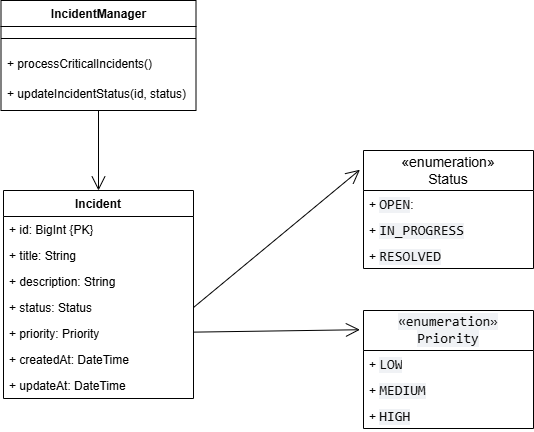
The draw.io diagram docs/Kalium.drawio.png in BrayanCalle/KaliumIncidentManager, before a commit. Source tidied: cells renumbered, new cells last; positions are measured from the earlier drawing's top-left corner, leaving out a move shared by most shapes. The source it was exported from:
```xml
<mxGraphModel>
  <root>
    <mxCell id="0" />
    <mxCell id="1" parent="0" />
    <mxCell id="2" value="Incident" style="swimlane;fontStyle=1;align=center;verticalAlign=top;horizontal=1;startSize=26;whiteSpace=wrap;html=1;" parent="1" vertex="1">
      <mxGeometry x="2" y="190" width="190" height="208" as="geometry" />
    </mxCell>
    <mxCell id="3" value="+ id: BigInt&amp;nbsp;{PK}" style="text;strokeColor=none;fillColor=none;align=left;verticalAlign=top;spacingLeft=4;spacingRight=4;overflow=hidden;whiteSpace=wrap;html=1;" parent="2" vertex="1">
      <mxGeometry y="26" width="190" height="26" as="geometry" />
    </mxCell>
    <mxCell id="4" value="+ title: String" style="text;strokeColor=none;fillColor=none;align=left;verticalAlign=top;spacingLeft=4;spacingRight=4;overflow=hidden;whiteSpace=wrap;html=1;" parent="2" vertex="1">
      <mxGeometry y="52" width="190" height="26" as="geometry" />
    </mxCell>
    <mxCell id="5" value="+ description: String" style="text;strokeColor=none;fillColor=none;align=left;verticalAlign=top;spacingLeft=4;spacingRight=4;overflow=hidden;whiteSpace=wrap;html=1;" parent="2" vertex="1">
      <mxGeometry y="78" width="190" height="26" as="geometry" />
    </mxCell>
    <mxCell id="6" value="+ status: Status" style="text;strokeColor=none;fillColor=none;align=left;verticalAlign=top;spacingLeft=4;spacingRight=4;overflow=hidden;points=[[0,0.5],[1,0.5]];portConstraint=eastwest;whiteSpace=wrap;html=1;" parent="2" vertex="1">
      <mxGeometry y="104" width="190" height="26" as="geometry" />
    </mxCell>
    <mxCell id="7" value="+ priority: Priority&lt;div&gt;&lt;br&gt;&lt;/div&gt;" style="text;strokeColor=none;fillColor=none;align=left;verticalAlign=top;spacingLeft=4;spacingRight=4;overflow=hidden;points=[[0,0.5],[1,0.5]];portConstraint=eastwest;whiteSpace=wrap;html=1;" parent="2" vertex="1">
      <mxGeometry y="130" width="190" height="26" as="geometry" />
    </mxCell>
    <mxCell id="8" value="+ createdAt: DateTime" style="text;strokeColor=none;fillColor=none;align=left;verticalAlign=top;spacingLeft=4;spacingRight=4;overflow=hidden;whiteSpace=wrap;html=1;" parent="2" vertex="1">
      <mxGeometry y="156" width="190" height="26" as="geometry" />
    </mxCell>
    <mxCell id="9" value="+ updateAt: DateTime" style="text;strokeColor=none;fillColor=none;align=left;verticalAlign=top;spacingLeft=4;spacingRight=4;overflow=hidden;whiteSpace=wrap;html=1;" parent="2" vertex="1">
      <mxGeometry y="182" width="190" height="26" as="geometry" />
    </mxCell>
    <mxCell id="10" value="&lt;font style=&quot;font-size: 14px; background-color: light-dark(#ffffff, var(--ge-dark-color, #121212));&quot;&gt;«enumeration»&lt;br&gt;Status&lt;/font&gt;" style="swimlane;fontStyle=0;horizontal=1;startSize=40;fillColor=none;whiteSpace=wrap;html=1;" parent="1" vertex="1">
      <mxGeometry x="362" y="150" width="170" height="118" as="geometry" />
    </mxCell>
    <mxCell id="11" value="+ &lt;font color=&quot;#0a0a0a&quot; face=&quot;monospace&quot;&gt;&lt;span style=&quot;font-size: 14px; background-color: rgb(240, 242, 245);&quot;&gt;OPEN&lt;/span&gt;&lt;/font&gt;:" style="text;strokeColor=none;fillColor=none;align=left;verticalAlign=top;spacingLeft=4;spacingRight=4;overflow=hidden;whiteSpace=wrap;html=1;" parent="10" vertex="1">
      <mxGeometry y="40" width="170" height="26" as="geometry" />
    </mxCell>
    <mxCell id="12" value="+&amp;nbsp;&lt;span style=&quot;color: rgb(10, 10, 10); font-family: monospace; font-size: 14px; background-color: rgb(240, 242, 245);&quot;&gt;IN_PROGRESS&lt;/span&gt;" style="text;strokeColor=none;fillColor=none;align=left;verticalAlign=top;spacingLeft=4;spacingRight=4;overflow=hidden;whiteSpace=wrap;html=1;" parent="10" vertex="1">
      <mxGeometry y="66" width="170" height="26" as="geometry" />
    </mxCell>
    <mxCell id="13" value="+&amp;nbsp;&lt;span style=&quot;color: rgb(10, 10, 10); font-family: monospace; font-size: 14px; background-color: rgb(240, 242, 245);&quot;&gt;RESOLVED&lt;/span&gt;" style="text;strokeColor=none;fillColor=none;align=left;verticalAlign=top;spacingLeft=4;spacingRight=4;overflow=hidden;whiteSpace=wrap;html=1;" parent="10" vertex="1">
      <mxGeometry y="92" width="170" height="26" as="geometry" />
    </mxCell>
    <mxCell id="14" value="&lt;span style=&quot;color: rgb(10, 10, 10); font-family: monospace; font-size: 14px; text-align: start; background-color: rgb(240, 242, 245);&quot;&gt;«enumeration»&lt;br&gt;Priority&lt;/span&gt;" style="swimlane;fontStyle=0;horizontal=1;startSize=40;fillColor=none;whiteSpace=wrap;html=1;" parent="1" vertex="1">
      <mxGeometry x="362" y="310" width="170" height="118" as="geometry" />
    </mxCell>
    <mxCell id="15" value="+&amp;nbsp;&lt;span style=&quot;color: rgb(10, 10, 10); font-family: monospace; font-size: 14px; background-color: rgb(240, 242, 245);&quot;&gt;LOW&lt;/span&gt;" style="text;strokeColor=none;fillColor=none;align=left;verticalAlign=top;spacingLeft=4;spacingRight=4;overflow=hidden;whiteSpace=wrap;html=1;" parent="14" vertex="1">
      <mxGeometry y="40" width="170" height="26" as="geometry" />
    </mxCell>
    <mxCell id="16" value="+&amp;nbsp;&lt;span style=&quot;color: rgb(10, 10, 10); font-family: monospace; font-size: 14px; background-color: rgb(240, 242, 245);&quot;&gt;MEDIUM&lt;/span&gt;" style="text;strokeColor=none;fillColor=none;align=left;verticalAlign=top;spacingLeft=4;spacingRight=4;overflow=hidden;whiteSpace=wrap;html=1;" parent="14" vertex="1">
      <mxGeometry y="66" width="170" height="26" as="geometry" />
    </mxCell>
    <mxCell id="17" value="+&amp;nbsp;&lt;span style=&quot;color: rgb(10, 10, 10); font-family: monospace; font-size: 14px; background-color: rgb(240, 242, 245);&quot;&gt;HIGH&lt;/span&gt;" style="text;strokeColor=none;fillColor=none;align=left;verticalAlign=top;spacingLeft=4;spacingRight=4;overflow=hidden;whiteSpace=wrap;html=1;" parent="14" vertex="1">
      <mxGeometry y="92" width="170" height="26" as="geometry" />
    </mxCell>
    <mxCell id="18" style="endArrow=open;endFill=1;endSize=12;html=1;rounded=0;entryX=-0.021;entryY=0.163;entryDx=0;entryDy=0;entryPerimeter=0;exitX=1;exitY=0.5;exitDx=0;exitDy=0;" parent="1" edge="1" source="6" target="10">
      <mxGeometry relative="1" as="geometry" />
    </mxCell>
    <mxCell id="19" style="endArrow=open;endFill=1;endSize=12;html=1;rounded=0;entryX=-0.021;entryY=0.163;entryDx=0;entryDy=0;entryPerimeter=0;" parent="1" edge="1" source="7" target="14">
      <mxGeometry relative="1" as="geometry" />
    </mxCell>
    <mxCell id="20" value="IncidentManager" style="swimlane;fontStyle=1;align=center;verticalAlign=top;horizontal=1;startSize=26;whiteSpace=wrap;html=1;" parent="1" vertex="1">
      <mxGeometry x="-0.5" width="195" height="110" as="geometry" />
    </mxCell>
    <mxCell id="21" style="line;strokeWidth=1;fillColor=none;align=left;verticalAlign=middle;spacingTop=-1;spacingLeft=3;spacingRight=3;labelPosition=right;strokeColor=inherit;" parent="20" vertex="1">
      <mxGeometry y="26" width="195" height="24" as="geometry" />
    </mxCell>
    <mxCell id="22" value="+&amp;nbsp;processCriticalIncidents()" style="text;strokeColor=none;fillColor=none;align=left;verticalAlign=top;spacingLeft=4;spacingRight=4;overflow=hidden;whiteSpace=wrap;html=1;" parent="20" vertex="1">
      <mxGeometry y="50" width="195" height="30" as="geometry" />
    </mxCell>
    <mxCell id="23" value="+&amp;nbsp;updateIncidentStatus(id, status)" style="text;strokeColor=none;fillColor=none;align=left;verticalAlign=top;spacingLeft=4;spacingRight=4;overflow=hidden;whiteSpace=wrap;html=1;" parent="20" vertex="1">
      <mxGeometry y="80" width="195" height="30" as="geometry" />
    </mxCell>
    <mxCell id="24" style="endArrow=open;endFill=1;endSize=12;html=1;rounded=0;entryX=0.5;entryY=0;entryDx=0;entryDy=0;" parent="1" edge="1" source="20" target="2">
      <mxGeometry relative="1" as="geometry" />
    </mxCell>
  </root>
</mxGraphModel>
```
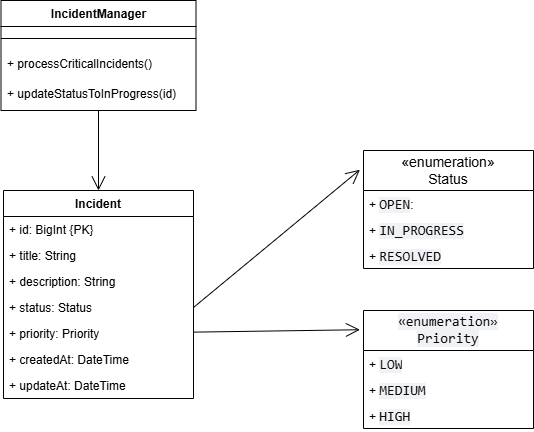
The same diagram one commit later.

Change to the diagram source:
```diff
@@ -65,7 +65,7 @@
     <mxCell id="22" value="+&amp;nbsp;processCriticalIncidents()" style="text;strokeColor=none;fillColor=none;align=left;verticalAlign=top;spacingLeft=4;spacingRight=4;overflow=hidden;whiteSpace=wrap;html=1;" parent="20" vertex="1">
       <mxGeometry y="50" width="195" height="30" as="geometry" />
     </mxCell>
-    <mxCell id="23" value="+&amp;nbsp;updateIncidentStatus(id, status)" style="text;strokeColor=none;fillColor=none;align=left;verticalAlign=top;spacingLeft=4;spacingRight=4;overflow=hidden;whiteSpace=wrap;html=1;" parent="20" vertex="1">
+    <mxCell id="23" value="+&amp;nbsp;updateStatusToInProgress(id)" style="text;strokeColor=none;fillColor=none;align=left;verticalAlign=top;spacingLeft=4;spacingRight=4;overflow=hidden;whiteSpace=wrap;html=1;" parent="20" vertex="1">
       <mxGeometry y="80" width="195" height="30" as="geometry" />
     </mxCell>
     <mxCell id="24" style="endArrow=open;endFill=1;endSize=12;html=1;rounded=0;entryX=0.5;entryY=0;entryDx=0;entryDy=0;" parent="1" edge="1" source="20" target="2">
```
